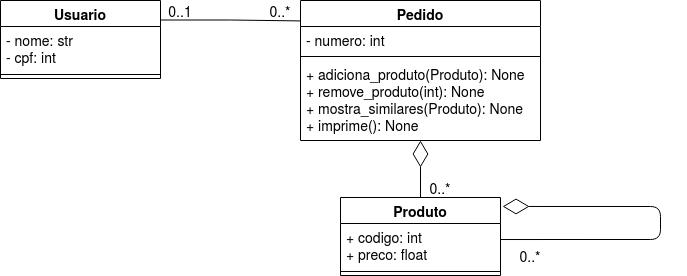
Above: docs/07-prova1/img/poo_2021.1_p1.png in ect-info/POO_2021.2 (draw.io), before the change. Source tidied: cells renumbered, new cells last; positions are measured from the earlier drawing's top-left corner, leaving out a move shared by most shapes. Its diagram source:
```xml
<mxGraphModel>
  <root>
    <mxCell id="0" />
    <mxCell id="1" parent="0" />
    <mxCell id="2" style="edgeStyle=orthogonalEdgeStyle;rounded=0;jettySize=auto;html=1;exitX=1;exitY=0.25;exitDx=0;exitDy=0;entryX=0.005;entryY=0.146;entryDx=0;entryDy=0;entryPerimeter=0;endArrow=none;endFill=0;fontSize=14;" parent="1" edge="1" source="3" target="6">
      <mxGeometry relative="1" as="geometry" />
    </mxCell>
    <mxCell id="3" value="Usuario" style="swimlane;fontStyle=1;align=center;verticalAlign=top;horizontal=1;startSize=26;fontSize=14;" parent="1" vertex="1">
      <mxGeometry width="160" height="78" as="geometry" />
    </mxCell>
    <mxCell id="4" value="- nome: str&#10;- cpf: int&#10;" style="text;strokeColor=none;fillColor=none;align=left;verticalAlign=top;spacingLeft=4;spacingRight=4;overflow=hidden;fontSize=14;" parent="3" vertex="1">
      <mxGeometry y="26" width="160" height="44" as="geometry" />
    </mxCell>
    <mxCell id="5" style="line;strokeWidth=1;fillColor=none;align=left;verticalAlign=middle;spacingTop=-1;spacingLeft=3;spacingRight=3;labelPosition=right;fontSize=14;" parent="3" vertex="1">
      <mxGeometry y="70" width="160" height="8" as="geometry" />
    </mxCell>
    <mxCell id="6" value="Pedido" style="swimlane;fontStyle=1;align=center;verticalAlign=top;horizontal=1;startSize=26;fontSize=14;" parent="1" vertex="1">
      <mxGeometry x="300" width="240" height="140" as="geometry" />
    </mxCell>
    <mxCell id="7" value="- numero: int" style="text;strokeColor=none;fillColor=none;align=left;verticalAlign=top;spacingLeft=4;spacingRight=4;overflow=hidden;fontSize=14;" parent="6" vertex="1">
      <mxGeometry y="26" width="240" height="26" as="geometry" />
    </mxCell>
    <mxCell id="8" style="line;strokeWidth=1;fillColor=none;align=left;verticalAlign=middle;spacingTop=-1;spacingLeft=3;spacingRight=3;labelPosition=right;fontSize=14;" parent="6" vertex="1">
      <mxGeometry y="52" width="240" height="8" as="geometry" />
    </mxCell>
    <mxCell id="9" value="+ adiciona_produto(Produto): None&#10;+ remove_produto(int): None&#10;+ mostra_similares(Produto): None&#10;+ imprime(): None&#10;" style="text;strokeColor=none;fillColor=none;align=left;verticalAlign=top;spacingLeft=4;spacingRight=4;overflow=hidden;fontSize=14;" parent="6" vertex="1">
      <mxGeometry y="60" width="240" height="80" as="geometry" />
    </mxCell>
    <mxCell id="10" value="0..1" style="text;html=1;strokeColor=none;fillColor=none;align=center;verticalAlign=middle;whiteSpace=wrap;rounded=0;fontSize=14;" parent="1" vertex="1">
      <mxGeometry x="160" width="40" height="20" as="geometry" />
    </mxCell>
    <mxCell id="11" value="0..*" style="text;html=1;strokeColor=none;fillColor=none;align=center;verticalAlign=middle;whiteSpace=wrap;rounded=0;fontSize=14;" parent="1" vertex="1">
      <mxGeometry x="260" width="40" height="20" as="geometry" />
    </mxCell>
    <mxCell id="12" value="Produto" style="swimlane;fontStyle=1;align=center;verticalAlign=top;horizontal=1;startSize=26;fontSize=14;" parent="1" vertex="1">
      <mxGeometry x="340" y="197" width="160" height="78" as="geometry" />
    </mxCell>
    <mxCell id="13" value="+ codigo: int&#10;+ preco: float&#10;" style="text;strokeColor=none;fillColor=none;align=left;verticalAlign=top;spacingLeft=4;spacingRight=4;overflow=hidden;points=[[0,0.5],[1,0.5]];portConstraint=eastwest;fontSize=14;" parent="12" vertex="1">
      <mxGeometry y="26" width="160" height="44" as="geometry" />
    </mxCell>
    <mxCell id="14" style="line;strokeWidth=1;fillColor=none;align=left;verticalAlign=middle;spacingTop=-1;spacingLeft=3;spacingRight=3;labelPosition=right;fontSize=14;" parent="12" vertex="1">
      <mxGeometry y="70" width="160" height="8" as="geometry" />
    </mxCell>
    <mxCell id="15" style="endArrow=diamondThin;endFill=0;endSize=24;html=1;entryX=1.013;entryY=0.115;entryDx=0;entryDy=0;fontSize=14;entryPerimeter=0;edgeStyle=orthogonalEdgeStyle;exitX=1;exitY=0.364;exitDx=0;exitDy=0;exitPerimeter=0;" parent="12" edge="1" source="13" target="12">
      <mxGeometry relative="1" as="geometry">
        <Array as="points">
          <mxPoint x="320" y="42" />
          <mxPoint x="320" y="9" />
        </Array>
      </mxGeometry>
    </mxCell>
    <mxCell id="16" style="endArrow=diamondThin;endFill=0;endSize=24;html=1;entryX=0.5;entryY=1;entryDx=0;entryDy=0;exitX=0.5;exitY=0;exitDx=0;exitDy=0;fontSize=14;" parent="1" edge="1" source="12" target="6">
      <mxGeometry relative="1" as="geometry" />
    </mxCell>
    <mxCell id="17" value="0..*" style="text;html=1;strokeColor=none;fillColor=none;align=center;verticalAlign=middle;whiteSpace=wrap;rounded=0;fontSize=14;" parent="1" vertex="1">
      <mxGeometry x="420" y="177" width="40" height="20" as="geometry" />
    </mxCell>
    <mxCell id="18" value="0..*" style="text;html=1;strokeColor=none;fillColor=none;align=center;verticalAlign=middle;whiteSpace=wrap;rounded=0;fontSize=14;" parent="1" vertex="1">
      <mxGeometry x="510" y="245" width="40" height="20" as="geometry" />
    </mxCell>
  </root>
</mxGraphModel>
```
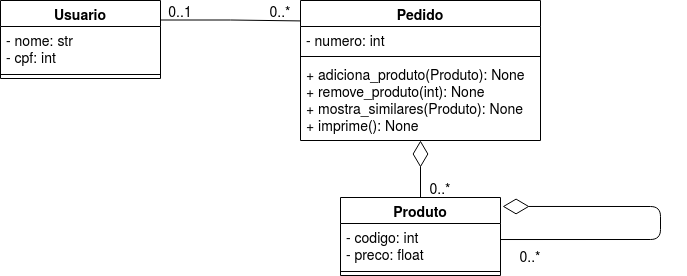
The same file after the commit.

Commit message:
Atualizada a figura da atividade.

What changed in the source:
```diff
@@ -35,7 +35,7 @@
     <mxCell id="12" value="Produto" style="swimlane;fontStyle=1;align=center;verticalAlign=top;horizontal=1;startSize=26;fontSize=14;" parent="1" vertex="1">
       <mxGeometry x="340" y="197" width="160" height="78" as="geometry" />
     </mxCell>
-    <mxCell id="13" value="+ codigo: int&#10;+ preco: float&#10;" style="text;strokeColor=none;fillColor=none;align=left;verticalAlign=top;spacingLeft=4;spacingRight=4;overflow=hidden;points=[[0,0.5],[1,0.5]];portConstraint=eastwest;fontSize=14;" parent="12" vertex="1">
+    <mxCell id="13" value="- codigo: int&#10;- preco: float&#10;" style="text;strokeColor=none;fillColor=none;align=left;verticalAlign=top;spacingLeft=4;spacingRight=4;overflow=hidden;points=[[0,0.5],[1,0.5]];portConstraint=eastwest;fontSize=14;" parent="12" vertex="1">
       <mxGeometry y="26" width="160" height="44" as="geometry" />
     </mxCell>
     <mxCell id="14" style="line;strokeWidth=1;fillColor=none;align=left;verticalAlign=middle;spacingTop=-1;spacingLeft=3;spacingRight=3;labelPosition=right;fontSize=14;" parent="12" vertex="1">
```
